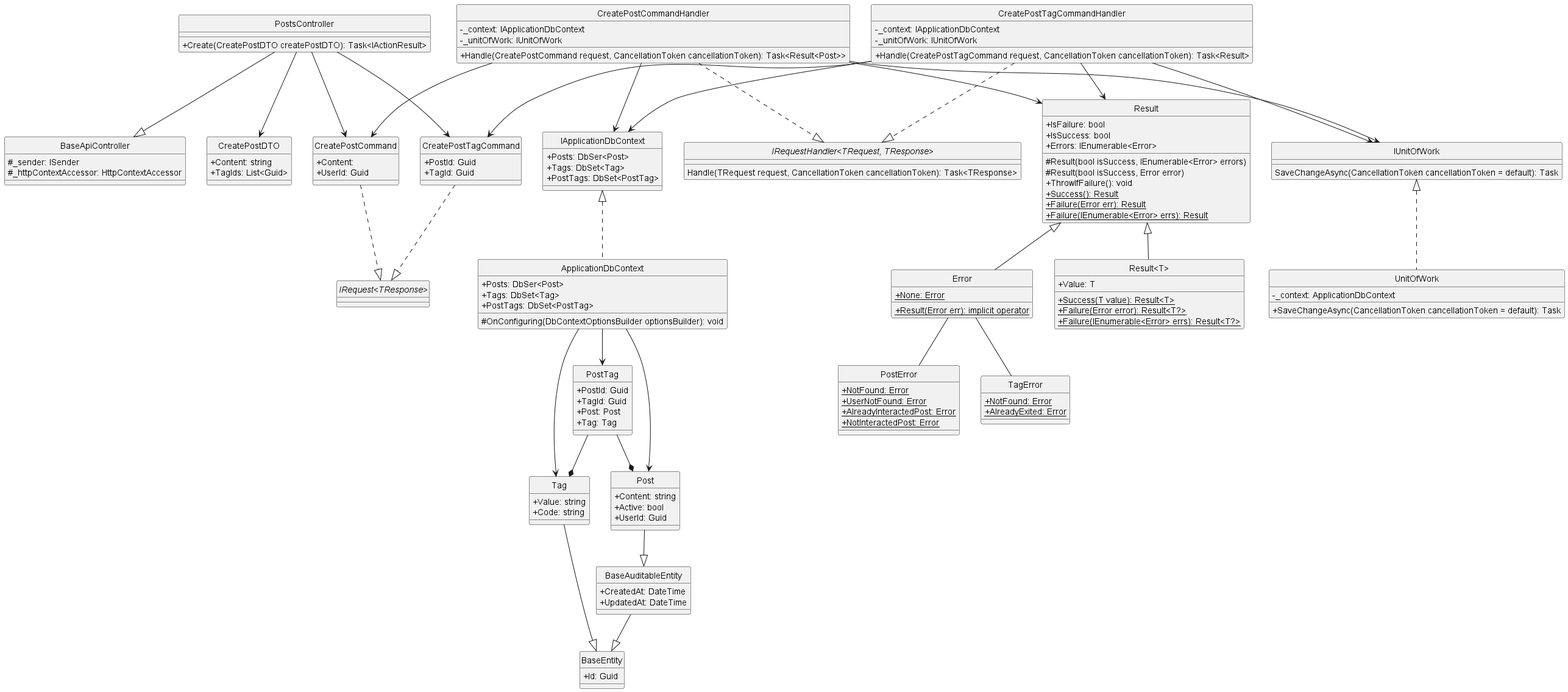
Earlier version of the PlantUML export docs/Class Diagram/Post/Post/CreatePost/ClassDiagram/createPost.png (Carl-Johnsons/Chat-Application). Source of this version:
```plantuml
@startuml createPost
hide circle
skinparam classAttributeIconSize 0

class BaseApiController {
    #_sender: ISender
    #_httpContextAccessor: HttpContextAccessor
}

class PostsController {
    +Create(CreatePostDTO createPostDTO): Task<IActionResult>
}

class CreatePostCommand {
    +Content:
    +UserId: Guid
}

class CreatePostCommandHandler {
    -_context: IApplicationDbContext
    -_unitOfWork: IUnitOfWork
    +Handle(CreatePostCommand request, CancellationToken cancellationToken): Task<Result<Post>>
}

class CreatePostTagCommand {
    +PostId: Guid
    +TagId: Guid
}

class CreatePostTagCommandHandler {
    -_context: IApplicationDbContext
    -_unitOfWork: IUnitOfWork
    +Handle(CreatePostTagCommand request, CancellationToken cancellationToken): Task<Result>
}

class IApplicationDbContext {
    +Posts: DbSer<Post>
    +Tags: DbSet<Tag>
    +PostTags: DbSet<PostTag>
}

class ApplicationDbContext {
    +Posts: DbSer<Post>
    +Tags: DbSet<Tag>
    +PostTags: DbSet<PostTag>
    #OnConfiguring(DbContextOptionsBuilder optionsBuilder): void
}

class Result {
    +IsFailure: bool
    +IsSuccess: bool
    +Errors: IEnumerable<Error>
    #Result(bool isSuccess, IEnumerable<Error> errors)
    #Result(bool isSuccess, Error error)
    +ThrowIfFailure(): void
    +{static} Success(): Result
    +{static} Failure(Error err): Result
    +{static} Failure(IEnumerable<Error> errs): Result
}

class "Result<T>" {
    +Value: T
    +{static} Success(T value): Result<T>
    +{static} Failure(Error error): Result<T?>
    +{static} Failure(IEnumerable<Error> errs): Result<T?>
}

class Error {
    +{static} None: Error
    +{static} Result(Error err): implicit operator
}

class IUnitOfWork {
    SaveChangeAsync(CancellationToken cancellationToken = default): Task
}

class UnitOfWork {
    -_context: ApplicationDbContext
    +SaveChangeAsync(CancellationToken cancellationToken = default): Task
}

class TagError {
    +{static} NotFound: Error
    +{static} AlreadyExited: Error
}
class PostError {
    +{static} NotFound: Error
    +{static} UserNotFound: Error
    +{static} AlreadyInteractedPost: Error
    +{static} NotInteractedPost: Error
}

class CreatePostDTO {
    +Content: string
    +TagIds: List<Guid>
}

class BaseEntity {
    +Id: Guid
}

class BaseAuditableEntity{
    +CreatedAt: DateTime
    +UpdatedAt: DateTime
}

class Tag {
    +Value: string
    +Code: string
}

class Post {
    +Content: string
    +Active: bool
    +UserId: Guid
}

class PostTag {
    +PostId: Guid
    +TagId: Guid
    +Post: Post
    +Tag: Tag
}

interface "IRequest<TResponse>"
interface "IRequestHandler<TRequest, TResponse>"{
    Handle(TRequest request, CancellationToken cancellationToken): Task<TResponse>
}

PostsController --|> BaseApiController
PostsController --> CreatePostCommand
PostsController --> CreatePostDTO
PostsController --> CreatePostTagCommand
CreatePostCommand ..|> "IRequest<TResponse>"
CreatePostCommandHandler ..|> "IRequestHandler<TRequest, TResponse>"
CreatePostTagCommand ..|> "IRequest<TResponse>"
CreatePostTagCommandHandler ..|> "IRequestHandler<TRequest, TResponse>"
CreatePostTagCommandHandler --> CreatePostTagCommand
CreatePostTagCommandHandler --> Result
CreatePostTagCommandHandler --> IUnitOfWork
CreatePostTagCommandHandler --> IApplicationDbContext
CreatePostCommandHandler --> CreatePostCommand
CreatePostCommandHandler --> Result
CreatePostCommandHandler --> IUnitOfWork
CreatePostCommandHandler --> IApplicationDbContext
Result <|-- Error
Result <|-- "Result<T>"
Error -- TagError
Error -- PostError
Tag --|> BaseEntity
Post --|> BaseAuditableEntity
BaseAuditableEntity --|> BaseEntity
PostTag --* Post
PostTag --* Tag
IUnitOfWork <|.. UnitOfWork
IApplicationDbContext <|.. ApplicationDbContext
ApplicationDbContext --> Tag
ApplicationDbContext --> Post
ApplicationDbContext --> PostTag
@enduml
```
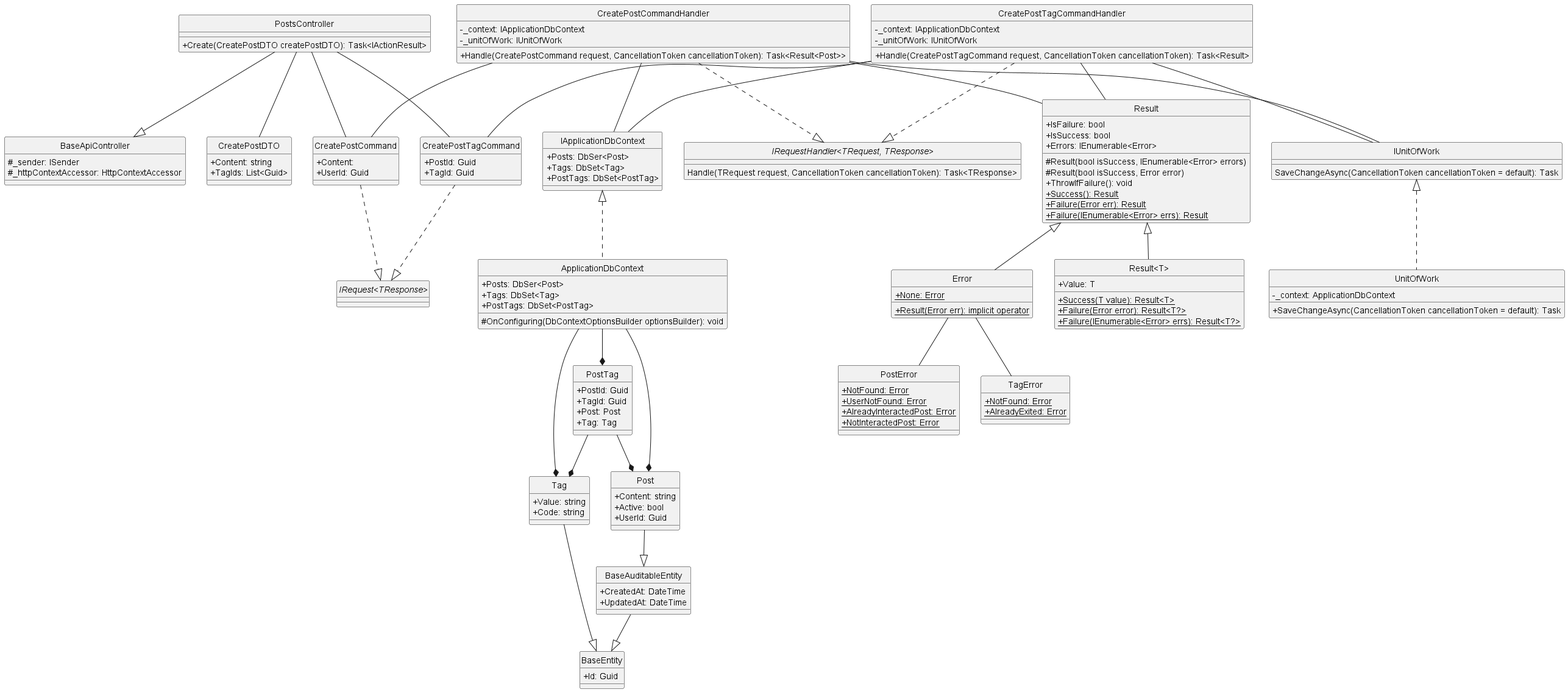
After the change.

Diff of the diagram source:
```diff
@@ -128,21 +128,21 @@
 }
 
 PostsController --|> BaseApiController
-PostsController --> CreatePostCommand
-PostsController --> CreatePostDTO
-PostsController --> CreatePostTagCommand
+PostsController -- CreatePostCommand
+PostsController -- CreatePostDTO
+PostsController -- CreatePostTagCommand
 CreatePostCommand ..|> "IRequest<TResponse>"
 CreatePostCommandHandler ..|> "IRequestHandler<TRequest, TResponse>"
 CreatePostTagCommand ..|> "IRequest<TResponse>"
 CreatePostTagCommandHandler ..|> "IRequestHandler<TRequest, TResponse>"
-CreatePostTagCommandHandler --> CreatePostTagCommand
-CreatePostTagCommandHandler --> Result
-CreatePostTagCommandHandler --> IUnitOfWork
-CreatePostTagCommandHandler --> IApplicationDbContext
-CreatePostCommandHandler --> CreatePostCommand
-CreatePostCommandHandler --> Result
-CreatePostCommandHandler --> IUnitOfWork
-CreatePostCommandHandler --> IApplicationDbContext
+CreatePostTagCommandHandler -- CreatePostTagCommand
+CreatePostTagCommandHandler -- Result
+CreatePostTagCommandHandler -- IUnitOfWork
+CreatePostTagCommandHandler -- IApplicationDbContext
+CreatePostCommandHandler -- CreatePostCommand
+CreatePostCommandHandler -- Result
+CreatePostCommandHandler -- IUnitOfWork
+CreatePostCommandHandler -- IApplicationDbContext
 Result <|-- Error
 Result <|-- "Result<T>"
 Error -- TagError
@@ -154,7 +154,7 @@
 PostTag --* Tag
 IUnitOfWork <|.. UnitOfWork
 IApplicationDbContext <|.. ApplicationDbContext
-ApplicationDbContext --> Tag
-ApplicationDbContext --> Post
-ApplicationDbContext --> PostTag
+ApplicationDbContext --* Tag
+ApplicationDbContext --* Post
+ApplicationDbContext --* PostTag
 @enduml
```
